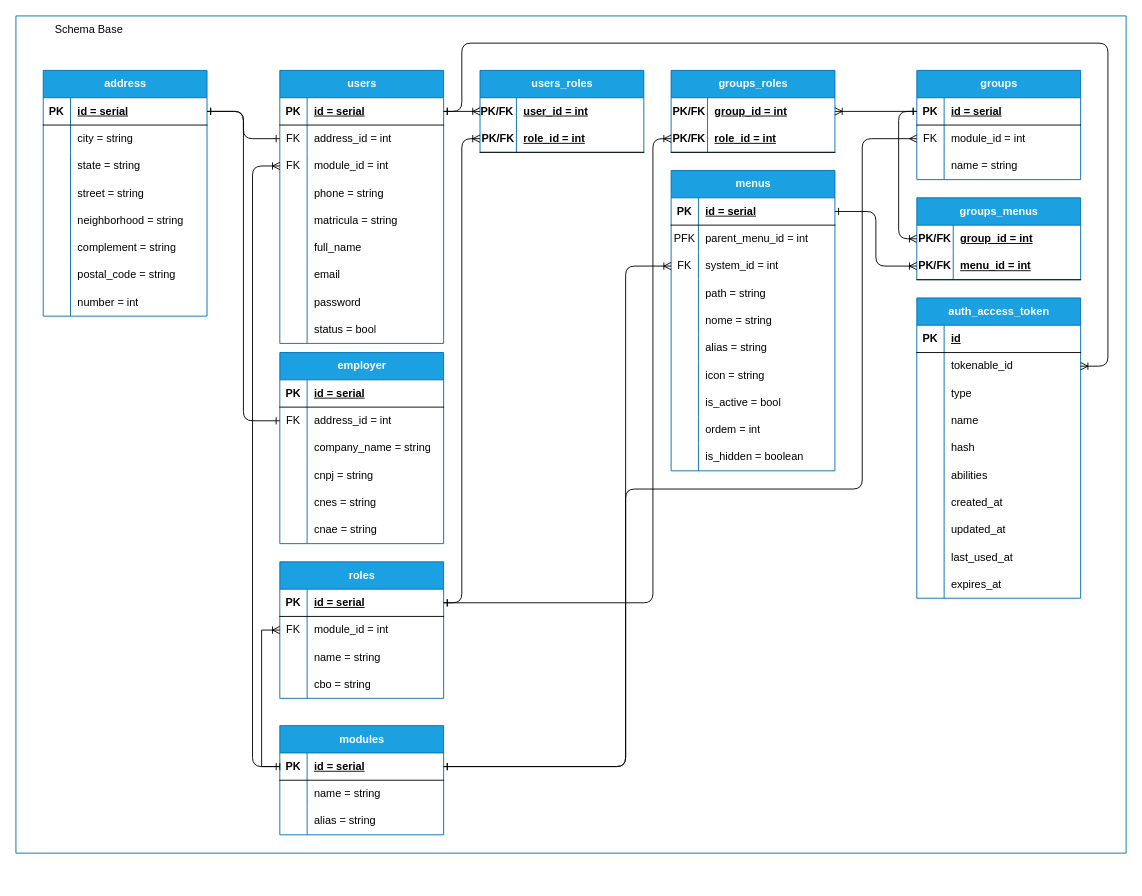
Before: projeto_base/SistemaBaseUmbrella.drawio in DCOMP-UFS/coffee_rep_umbrella_documentacao, a draw.io diagram. Source tidied: cells renumbered, new cells numbered last; positions are measured from the earlier drawing's top-left corner, leaving out a move shared by most shapes. Both pictures are drawn from the tidied source at 91%, with x=0, y=0 at pixel (15, 15).
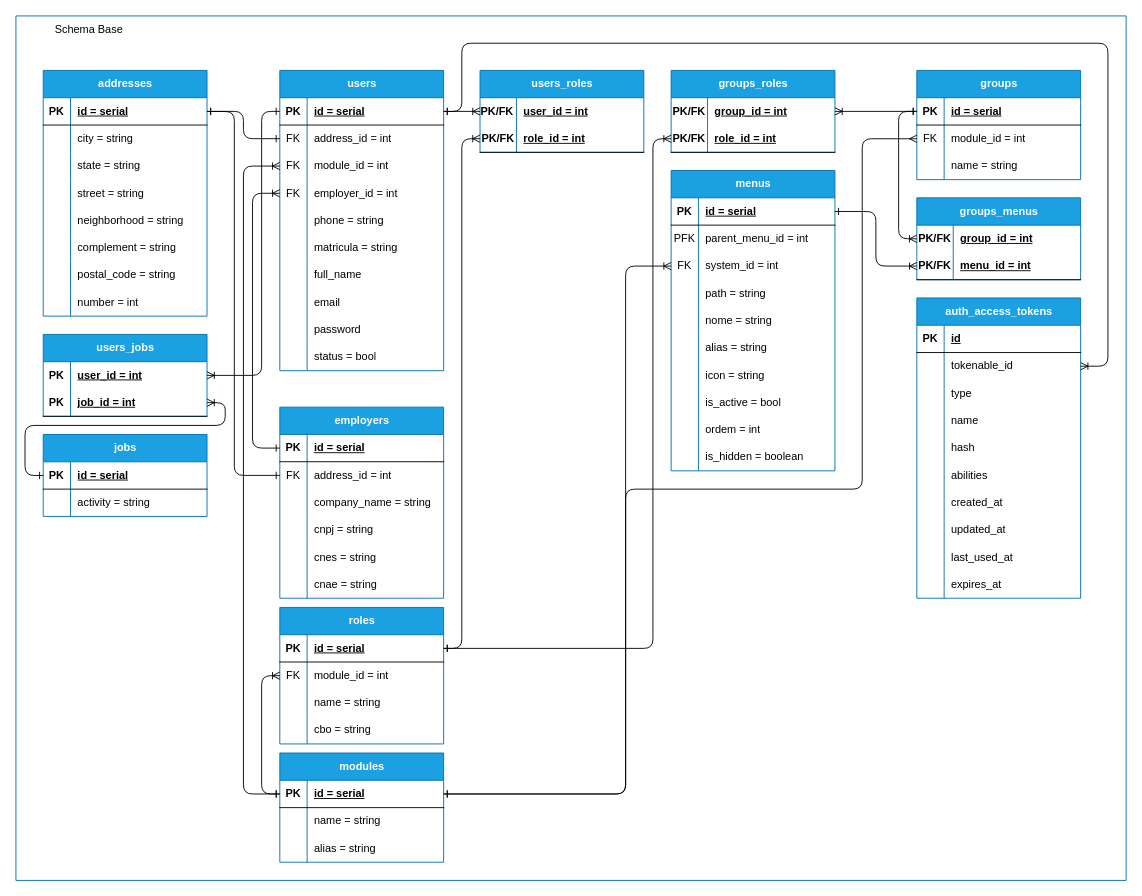
The same page after the edit.

Unchanged cells that the change refers to:
```xml
<mxCell id="4" style="shape=tableRow;horizontal=0;startSize=0;swimlaneHead=0;swimlaneBody=0;fillColor=none;points=[[0,0.5],[1,0.5]];portConstraint=eastwest;top=0;left=0;right=0;bottom=1;" parent="3" vertex="1">
  <mxGeometry y="30" width="180" height="30" as="geometry" />
</mxCell>
<mxCell id="10" style="shape=tableRow;horizontal=0;startSize=0;swimlaneHead=0;swimlaneBody=0;fillColor=none;points=[[0,0.5],[1,0.5]];portConstraint=eastwest;top=0;left=0;right=0;bottom=0;" parent="3" vertex="1">
  <mxGeometry y="90" width="180" height="30" as="geometry" />
</mxCell>
<mxCell id="35" style="shape=tableRow;horizontal=0;startSize=0;swimlaneHead=0;swimlaneBody=0;fillColor=none;points=[[0,0.5],[1,0.5]];portConstraint=eastwest;top=0;left=0;right=0;bottom=0;" parent="31" vertex="1">
  <mxGeometry y="60" width="180" height="30" as="geometry" />
</mxCell>
<mxCell id="64" style="shape=tableRow;horizontal=0;startSize=0;swimlaneHead=0;swimlaneBody=0;fillColor=none;points=[[0,0.5],[1,0.5]];portConstraint=eastwest;top=0;left=0;right=0;bottom=1;" parent="63" vertex="1">
  <mxGeometry y="30" width="180" height="30" as="geometry" />
</mxCell>
<mxCell id="67" style="shape=tableRow;horizontal=0;startSize=0;swimlaneHead=0;swimlaneBody=0;fillColor=none;points=[[0,0.5],[1,0.5]];portConstraint=eastwest;top=0;left=0;right=0;bottom=0;" parent="63" vertex="1">
  <mxGeometry y="60" width="180" height="30" as="geometry" />
</mxCell>
<mxCell id="83" style="shape=tableRow;horizontal=0;startSize=0;swimlaneHead=0;swimlaneBody=0;fillColor=none;points=[[0,0.5],[1,0.5]];portConstraint=eastwest;top=0;left=0;right=0;bottom=0;" parent="76" vertex="1">
  <mxGeometry y="90" width="180" height="30" as="geometry" />
</mxCell>
<mxCell id="108" style="shape=tableRow;horizontal=0;startSize=0;swimlaneHead=0;swimlaneBody=0;fillColor=none;points=[[0,0.5],[1,0.5]];portConstraint=eastwest;top=0;left=0;right=0;bottom=1;" parent="107" vertex="1">
  <mxGeometry y="30" width="180" height="30" as="geometry" />
</mxCell>
<mxCell id="129" style="shape=tableRow;horizontal=0;startSize=0;swimlaneHead=0;swimlaneBody=0;fillColor=none;points=[[0,0.5],[1,0.5]];portConstraint=eastwest;top=0;left=0;right=0;bottom=0;" parent="125" vertex="1">
  <mxGeometry y="60" width="180" height="30" as="geometry" />
</mxCell>
<mxCell id="139" style="shape=tableRow;horizontal=0;startSize=0;swimlaneHead=0;swimlaneBody=0;fillColor=none;points=[[0,0.5],[1,0.5]];portConstraint=eastwest;top=0;left=0;right=0;bottom=1;" parent="135" vertex="1">
  <mxGeometry y="60" width="180" height="30" as="geometry" />
</mxCell>
<mxCell id="157" style="shape=tableRow;horizontal=0;startSize=0;swimlaneHead=0;swimlaneBody=0;fillColor=none;points=[[0,0.5],[1,0.5]];portConstraint=eastwest;top=0;left=0;right=0;bottom=1;" parent="156" vertex="1">
  <mxGeometry y="30" width="180" height="30" as="geometry" />
</mxCell>
<mxCell id="182" style="shape=tableRow;horizontal=0;startSize=0;swimlaneHead=0;swimlaneBody=0;fillColor=none;points=[[0,0.5],[1,0.5]];portConstraint=eastwest;top=0;left=0;right=0;bottom=1;" parent="181" vertex="1">
  <mxGeometry y="30" width="180" height="30" as="geometry" />
</mxCell>
<mxCell id="185" style="shape=tableRow;horizontal=0;startSize=0;swimlaneHead=0;swimlaneBody=0;fillColor=none;points=[[0,0.5],[1,0.5]];portConstraint=eastwest;top=0;left=0;right=0;bottom=0;" parent="181" vertex="1">
  <mxGeometry y="60" width="180" height="30" as="geometry" />
</mxCell>
```

Diff of the diagram source:
```diff
@@
     <mxCell id="2" style="swimlane;startSize=0;fillColor=#1ba1e2;fontColor=#ffffff;strokeColor=#006EAF;" parent="1" vertex="1">
-      <mxGeometry width="1220" height="920" as="geometry" />
+      <mxGeometry width="1220" height="950" as="geometry" />
     </mxCell>
     <mxCell id="3" value="users" style="shape=table;startSize=30;childLayout=tableLayout;rowLines=0;fontStyle=1;align=center;html=1;fillColor=#1ba1e2;fontColor=#ffffff;strokeColor=#006EAF;" parent="2" vertex="1">
-      <mxGeometry x="290" y="59.9" width="180" height="300" as="geometry" />
+      <mxGeometry x="290" y="59.9" width="180" height="330" as="geometry" />
     </mxCell>
@@
+    <mxCell id="205" style="shape=tableRow;horizontal=0;startSize=0;swimlaneHead=0;swimlaneBody=0;fillColor=none;points=[[0,0.5],[1,0.5]];portConstraint=eastwest;top=0;left=0;right=0;bottom=0;" parent="3" vertex="1">
+      <mxGeometry y="120" width="180" height="30" as="geometry" />
+    </mxCell>
+    <mxCell id="206" value="FK" style="shape=partialRectangle;fillColor=none;top=0;left=0;bottom=0;right=0;overflow=hidden;whiteSpace=wrap;html=1;" parent="205" vertex="1">
+      <mxGeometry width="30" height="30" as="geometry" />
+    </mxCell>
+    <mxCell id="207" value="employer_id = int" style="shape=partialRectangle;fillColor=none;top=0;left=0;bottom=0;right=0;align=left;spacingLeft=6;overflow=hidden;whiteSpace=wrap;html=1;" parent="205" vertex="1">
+      <mxGeometry x="30" width="150" height="30" as="geometry" />
+    </mxCell>
     <mxCell id="13" style="shape=tableRow;horizontal=0;startSize=0;swimlaneHead=0;swimlaneBody=0;fillColor=none;top=0;left=0;right=0;bottom=0;" parent="3" vertex="1">
-      <mxGeometry y="120" width="180" height="30" as="geometry" />
+      <mxGeometry y="150" width="180" height="30" as="geometry" />
     </mxCell>
@@
     <mxCell id="16" style="shape=tableRow;horizontal=0;startSize=0;swimlaneHead=0;swimlaneBody=0;fillColor=none;top=0;left=0;right=0;bottom=0;" parent="3" vertex="1">
-      <mxGeometry y="150" width="180" height="30" as="geometry" />
+      <mxGeometry y="180" width="180" height="30" as="geometry" />
     </mxCell>
@@
     <mxCell id="19" style="shape=tableRow;horizontal=0;startSize=0;swimlaneHead=0;swimlaneBody=0;fillColor=none;top=0;left=0;right=0;bottom=0;" parent="3" vertex="1">
-      <mxGeometry y="180" width="180" height="30" as="geometry" />
+      <mxGeometry y="210" width="180" height="30" as="geometry" />
     </mxCell>
@@
     <mxCell id="22" style="shape=tableRow;horizontal=0;startSize=0;swimlaneHead=0;swimlaneBody=0;fillColor=none;top=0;left=0;right=0;bottom=0;" parent="3" vertex="1">
-      <mxGeometry y="210" width="180" height="30" as="geometry" />
+      <mxGeometry y="240" width="180" height="30" as="geometry" />
     </mxCell>
@@
     <mxCell id="25" style="shape=tableRow;horizontal=0;startSize=0;swimlaneHead=0;swimlaneBody=0;fillColor=none;top=0;left=0;right=0;bottom=0;" parent="3" vertex="1">
-      <mxGeometry y="240" width="180" height="30" as="geometry" />
+      <mxGeometry y="270" width="180" height="30" as="geometry" />
     </mxCell>
@@
     <mxCell id="28" style="shape=tableRow;horizontal=0;startSize=0;swimlaneHead=0;swimlaneBody=0;fillColor=none;top=0;left=0;right=0;bottom=0;" parent="3" vertex="1">
-      <mxGeometry y="270" width="180" height="30" as="geometry" />
+      <mxGeometry y="300" width="180" height="30" as="geometry" />
     </mxCell>
@@
-    <mxCell id="31" value="auth_access_token" style="shape=table;startSize=30;childLayout=tableLayout;rowLines=0;fontStyle=1;align=center;html=1;fillColor=#1ba1e2;fontColor=#ffffff;strokeColor=#006EAF;" parent="2" vertex="1">
+    <mxCell id="31" value="auth_access_tokens" style="shape=table;startSize=30;childLayout=tableLayout;rowLines=0;fontStyle=1;align=center;html=1;fillColor=#1ba1e2;fontColor=#ffffff;strokeColor=#006EAF;" parent="2" vertex="1">
       <mxGeometry x="990" y="309.9" width="180" height="330" as="geometry" />
     </mxCell>
@@
     <mxCell id="63" value="roles" style="shape=table;startSize=30;childLayout=tableLayout;rowLines=0;fontStyle=1;align=center;html=1;fillColor=#1ba1e2;fontColor=#ffffff;strokeColor=#006EAF;" parent="2" vertex="1">
-      <mxGeometry x="290" y="599.9" width="180" height="150" as="geometry" />
+      <mxGeometry x="290" y="650" width="180" height="150" as="geometry" />
     </mxCell>
@@
     <mxCell id="107" value="modules" style="shape=table;startSize=30;childLayout=tableLayout;rowLines=0;fontStyle=1;align=center;html=1;fillColor=#1ba1e2;fontColor=#ffffff;strokeColor=#006EAF;" parent="2" vertex="1">
-      <mxGeometry x="290" y="779.9" width="180" height="120" as="geometry" />
+      <mxGeometry x="290" y="810" width="180" height="120" as="geometry" />
     </mxCell>
@@
     <mxCell id="117" style="edgeStyle=orthogonalEdgeStyle;rounded=1;jettySize=auto;html=1;entryX=0;entryY=0.5;entryDx=0;entryDy=0;endArrow=ERoneToMany;endFill=0;startArrow=ERone;startFill=0;curved=0;" parent="2" edge="1" source="108" target="83">
       <mxGeometry relative="1" as="geometry">
         <Array as="points">
-          <mxPoint x="670" y="824.9" />
-          <mxPoint x="670" y="274.9" />
+          <mxPoint x="670" y="855" />
+          <mxPoint x="670" y="275" />
         </Array>
       </mxGeometry>
     </mxCell>
@@
     <mxCell id="142" style="edgeStyle=orthogonalEdgeStyle;rounded=1;jettySize=auto;html=1;endArrow=ERoneToMany;endFill=0;startArrow=ERone;startFill=0;curved=0;" parent="2" edge="1" source="64" target="139">
       <mxGeometry relative="1" as="geometry">
         <Array as="points">
-          <mxPoint x="700" y="644.9" />
-          <mxPoint x="700" y="134.9" />
+          <mxPoint x="700" y="695" />
+          <mxPoint x="700" y="135" />
         </Array>
       </mxGeometry>
     </mxCell>
@@
     <mxCell id="155" style="edgeStyle=orthogonalEdgeStyle;rounded=1;jettySize=auto;html=1;startArrow=ERone;startFill=0;endArrow=ERmany;endFill=0;curved=0;" parent="2" edge="1" source="108" target="129">
       <mxGeometry relative="1" as="geometry">
         <Array as="points">
-          <mxPoint x="670" y="824.9" />
-          <mxPoint x="670" y="519.9" />
-          <mxPoint x="930" y="519.9" />
-          <mxPoint x="930" y="134.9" />
+          <mxPoint x="670" y="855" />
+          <mxPoint x="670" y="520" />
+          <mxPoint x="930" y="520" />
+          <mxPoint x="930" y="135" />
         </Array>
       </mxGeometry>
     </mxCell>
-    <mxCell id="156" value="address" style="shape=table;startSize=30;childLayout=tableLayout;rowLines=0;fontStyle=1;align=center;html=1;fillColor=#1ba1e2;fontColor=#ffffff;strokeColor=#006EAF;" parent="2" vertex="1">
+    <mxCell id="156" value="addresses" style="shape=table;startSize=30;childLayout=tableLayout;rowLines=0;fontStyle=1;align=center;html=1;fillColor=#1ba1e2;fontColor=#ffffff;strokeColor=#006EAF;" parent="2" vertex="1">
       <mxGeometry x="30" y="59.9" width="180" height="270" as="geometry" />
     </mxCell>
@@
-    <mxCell id="181" value="employer" style="shape=table;startSize=30;childLayout=tableLayout;rowLines=0;fontStyle=1;align=center;html=1;fillColor=#1ba1e2;fontColor=#ffffff;strokeColor=#006EAF;" parent="2" vertex="1">
-      <mxGeometry x="290" y="369.9" width="180" height="210" as="geometry" />
+    <mxCell id="181" value="employers" style="shape=table;startSize=30;childLayout=tableLayout;rowLines=0;fontStyle=1;align=center;html=1;fillColor=#1ba1e2;fontColor=#ffffff;strokeColor=#006EAF;" parent="2" vertex="1">
+      <mxGeometry x="290" y="429.9" width="180" height="210" as="geometry" />
     </mxCell>
@@
     <mxCell id="201" style="edgeStyle=orthogonalEdgeStyle;rounded=1;jettySize=auto;html=1;startArrow=ERone;startFill=0;endArrow=ERone;endFill=0;curved=0;" parent="2" edge="1" source="185" target="157">
-      <mxGeometry relative="1" as="geometry" />
+      <mxGeometry relative="1" as="geometry">
+        <Array as="points">
+          <mxPoint x="240" y="505" />
+          <mxPoint x="240" y="105" />
+        </Array>
+      </mxGeometry>
     </mxCell>
     <mxCell id="202" style="edgeStyle=orthogonalEdgeStyle;rounded=1;jettySize=auto;html=1;curved=0;endArrow=ERoneToMany;endFill=0;startArrow=ERone;startFill=0;" parent="2" edge="1" source="108" target="10">
       <mxGeometry relative="1" as="geometry">
         <Array as="points">
-          <mxPoint x="260" y="824.9" />
-          <mxPoint x="260" y="164.9" />
+          <mxPoint x="250" y="855" />
+          <mxPoint x="250" y="165" />
         </Array>
       </mxGeometry>
     </mxCell>
     <mxCell id="203" style="edgeStyle=orthogonalEdgeStyle;rounded=1;jettySize=auto;html=1;startArrow=ERoneToMany;startFill=0;endArrow=ERone;endFill=0;curved=0;" parent="2" edge="1" source="35" target="4">
       <mxGeometry relative="1" as="geometry">
         <Array as="points">
-          <mxPoint x="1200" y="384.9" />
-          <mxPoint x="1200" y="29.9" />
-          <mxPoint x="490" y="29.9" />
-          <mxPoint x="490" y="104.9" />
+          <mxPoint x="1200" y="385" />
+          <mxPoint x="1200" y="30" />
+          <mxPoint x="490" y="30" />
+          <mxPoint x="490" y="105" />
         </Array>
       </mxGeometry>
     </mxCell>
-    <mxCell id="204" style="edgeStyle=orthogonalEdgeStyle;rounded=0;jettySize=auto;html=1;entryX=0;entryY=0.5;entryDx=0;entryDy=0;startArrow=ERoneToMany;startFill=0;endArrow=baseDash;endFill=0;" parent="2" edge="1" source="67" target="108">
+    <mxCell id="204" style="edgeStyle=orthogonalEdgeStyle;rounded=1;jettySize=auto;html=1;entryX=0;entryY=0.5;entryDx=0;entryDy=0;startArrow=ERoneToMany;startFill=0;endArrow=ERone;endFill=0;curved=0;" parent="2" edge="1" source="67" target="108">
       <mxGeometry relative="1" as="geometry" />
     </mxCell>
+    <mxCell id="208" style="edgeStyle=orthogonalEdgeStyle;rounded=1;jettySize=auto;html=1;entryX=0;entryY=0.5;entryDx=0;entryDy=0;curved=0;endArrow=ERoneToMany;endFill=0;startArrow=ERone;startFill=0;" parent="2" edge="1" source="182" target="205">
+      <mxGeometry relative="1" as="geometry">
+        <Array as="points">
+          <mxPoint x="260" y="475" />
+          <mxPoint x="260" y="195" />
+        </Array>
+      </mxGeometry>
+    </mxCell>
+    <mxCell id="209" value="jobs" style="shape=table;startSize=30;childLayout=tableLayout;rowLines=0;fontStyle=1;align=center;html=1;fillColor=#1ba1e2;fontColor=#ffffff;strokeColor=#006EAF;" parent="2" vertex="1">
+      <mxGeometry x="30" y="460" width="180" height="90" as="geometry" />
+    </mxCell>
+    <mxCell id="210" style="shape=tableRow;horizontal=0;startSize=0;swimlaneHead=0;swimlaneBody=0;fillColor=none;points=[[0,0.5],[1,0.5]];portConstraint=eastwest;top=0;left=0;right=0;bottom=1;" parent="209" vertex="1">
+      <mxGeometry y="30" width="180" height="30" as="geometry" />
+    </mxCell>
+    <mxCell id="211" value="PK" style="shape=partialRectangle;fillColor=none;top=0;left=0;bottom=0;right=0;fontStyle=1;overflow=hidden;whiteSpace=wrap;html=1;" parent="210" vertex="1">
+      <mxGeometry width="30" height="30" as="geometry" />
+    </mxCell>
+    <mxCell id="212" value="id = serial" style="shape=partialRectangle;fillColor=none;top=0;left=0;bottom=0;right=0;align=left;spacingLeft=6;fontStyle=5;overflow=hidden;whiteSpace=wrap;html=1;" parent="210" vertex="1">
+      <mxGeometry x="30" width="150" height="30" as="geometry" />
+    </mxCell>
+    <mxCell id="213" style="shape=tableRow;horizontal=0;startSize=0;swimlaneHead=0;swimlaneBody=0;fillColor=none;top=0;left=0;right=0;bottom=0;" parent="209" vertex="1">
+      <mxGeometry y="60" width="180" height="30" as="geometry" />
+    </mxCell>
+    <mxCell id="214" style="shape=partialRectangle;fillColor=none;top=0;left=0;bottom=0;right=0;overflow=hidden;whiteSpace=wrap;html=1;" parent="213" vertex="1">
+      <mxGeometry width="30" height="30" as="geometry" />
+    </mxCell>
+    <mxCell id="215" value="activity = string" style="shape=partialRectangle;fillColor=none;top=0;left=0;bottom=0;right=0;align=left;spacingLeft=6;overflow=hidden;whiteSpace=wrap;html=1;" parent="213" vertex="1">
+      <mxGeometry x="30" width="150" height="30" as="geometry" />
+    </mxCell>
+    <mxCell id="216" value="users_jobs" style="shape=table;startSize=30;childLayout=tableLayout;rowLines=0;fontStyle=1;align=center;html=1;fillColor=#1ba1e2;fontColor=#ffffff;strokeColor=#006EAF;" parent="2" vertex="1">
+      <mxGeometry x="30" y="350" width="180" height="90" as="geometry" />
+    </mxCell>
+    <mxCell id="217" style="shape=tableRow;horizontal=0;startSize=0;swimlaneHead=0;swimlaneBody=0;fillColor=none;points=[[0,0.5],[1,0.5]];portConstraint=eastwest;top=0;left=0;right=0;bottom=0;" parent="216" vertex="1">
+      <mxGeometry y="30" width="180" height="30" as="geometry" />
+    </mxCell>
+    <mxCell id="218" value="&lt;span style=&quot;font-weight: 700;&quot;&gt;PK&lt;/span&gt;" style="shape=partialRectangle;fillColor=none;top=0;left=0;bottom=0;right=0;overflow=hidden;whiteSpace=wrap;html=1;" parent="217" vertex="1">
+      <mxGeometry width="30" height="30" as="geometry" />
+    </mxCell>
+    <mxCell id="219" value="&lt;span style=&quot;font-weight: 700; text-decoration-line: underline;&quot;&gt;user_id = int&lt;/span&gt;" style="shape=partialRectangle;fillColor=none;top=0;left=0;bottom=0;right=0;align=left;spacingLeft=6;overflow=hidden;whiteSpace=wrap;html=1;" parent="217" vertex="1">
+      <mxGeometry x="30" width="150" height="30" as="geometry" />
+    </mxCell>
+    <mxCell id="220" style="shape=tableRow;horizontal=0;startSize=0;swimlaneHead=0;swimlaneBody=0;fillColor=none;points=[[0,0.5],[1,0.5]];portConstraint=eastwest;top=0;left=0;right=0;bottom=1;" parent="216" vertex="1">
+      <mxGeometry y="60" width="180" height="30" as="geometry" />
+    </mxCell>
+    <mxCell id="221" value="PK" style="shape=partialRectangle;fillColor=none;top=0;left=0;bottom=0;right=0;fontStyle=1;overflow=hidden;whiteSpace=wrap;html=1;" parent="220" vertex="1">
+      <mxGeometry width="30" height="30" as="geometry" />
+    </mxCell>
+    <mxCell id="222" value="job_id = int" style="shape=partialRectangle;fillColor=none;top=0;left=0;bottom=0;right=0;align=left;spacingLeft=6;fontStyle=5;overflow=hidden;whiteSpace=wrap;html=1;" parent="220" vertex="1">
+      <mxGeometry x="30" width="150" height="30" as="geometry" />
+    </mxCell>
+    <mxCell id="223" style="edgeStyle=orthogonalEdgeStyle;rounded=1;jettySize=auto;html=1;startArrow=ERone;startFill=0;endArrow=ERoneToMany;endFill=0;curved=0;" parent="2" edge="1" source="210" target="220">
+      <mxGeometry relative="1" as="geometry">
+        <Array as="points">
+          <mxPoint x="10" y="505" />
+          <mxPoint x="10" y="450" />
+          <mxPoint x="230" y="450" />
+          <mxPoint x="230" y="425" />
+        </Array>
+      </mxGeometry>
+    </mxCell>
+    <mxCell id="224" style="edgeStyle=orthogonalEdgeStyle;rounded=1;jettySize=auto;html=1;curved=0;endArrow=ERoneToMany;endFill=0;startArrow=ERone;startFill=0;" parent="2" edge="1" source="4" target="217">
+      <mxGeometry relative="1" as="geometry">
+        <Array as="points">
+          <mxPoint x="270" y="105" />
+          <mxPoint x="270" y="395" />
+        </Array>
+      </mxGeometry>
+    </mxCell>
```
